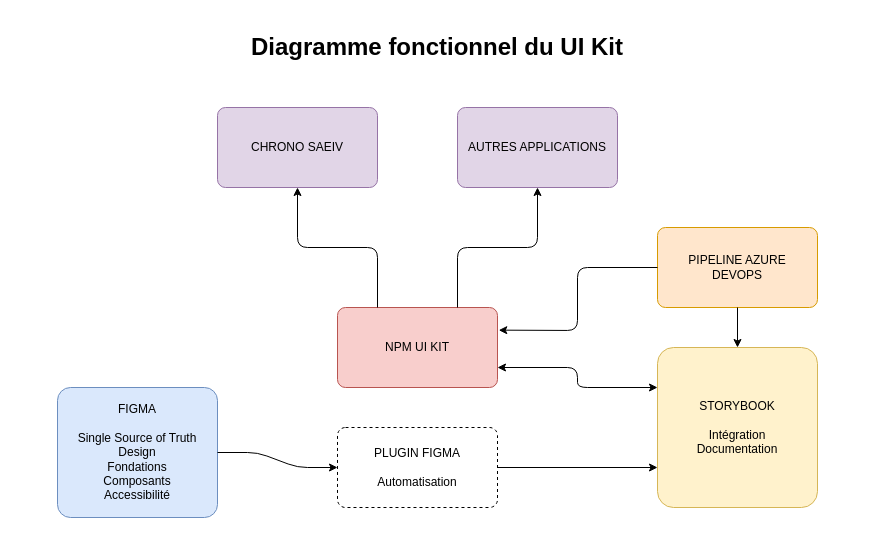
This is chrono-ui-kit.drawio from Tim-arts/flowcharts, a draw.io file, before an edit. Source tidied: cells renumbered, new cells numbered last; positions are measured from the earlier drawing's top-left corner, leaving out a move shared by most shapes. Both pictures are drawn from the tidied source at 100%, with x=0, y=0 at pixel (17, 27).
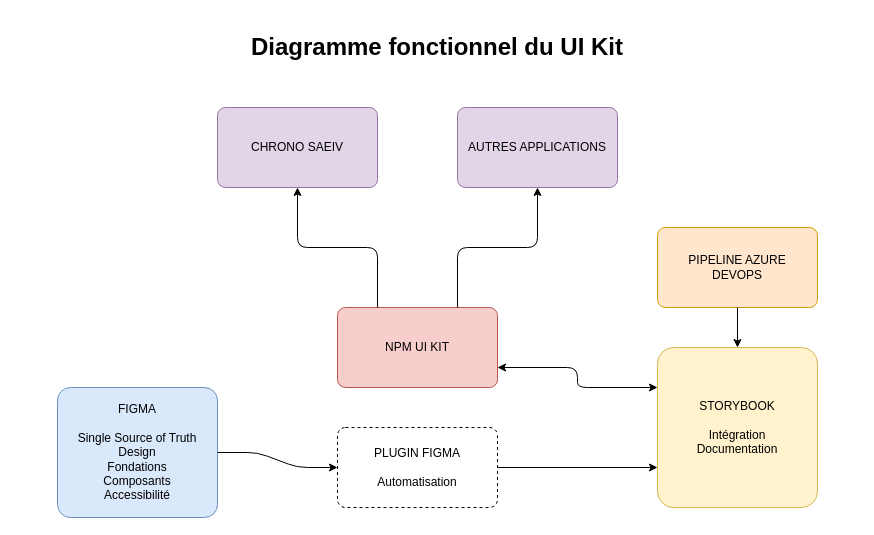
The same page after the edit.

Unchanged cells that the change refers to:
```xml
<mxCell id="5" value="PIPELINE AZURE&lt;br&gt;DEVOPS" style="rounded=1;whiteSpace=wrap;html=1;arcSize=10;fillColor=#ffe6cc;strokeColor=#d79b00;" parent="1" vertex="1">
  <mxGeometry x="640" y="200" width="160" height="80" as="geometry" />
</mxCell>
<mxCell id="9" value="NPM UI KIT" style="rounded=1;whiteSpace=wrap;html=1;arcSize=10;fillColor=#f8cecc;strokeColor=#b85450;" parent="1" vertex="1">
  <mxGeometry x="320" y="280" width="160" height="80" as="geometry" />
</mxCell>
```

What changed in the source:
```diff
@@
-    <mxCell id="16" style="endArrow=classic;html=1;entryX=1.008;entryY=0.283;entryDx=0;entryDy=0;entryPerimeter=0;exitX=0;exitY=0.5;exitDx=0;exitDy=0;" parent="1" edge="1" source="5" target="9">
-      <mxGeometry relative="1" as="geometry">
-        <Array as="points">
-          <mxPoint x="560" y="240" />
-          <mxPoint x="560" y="303" />
-        </Array>
-      </mxGeometry>
-    </mxCell>
```
